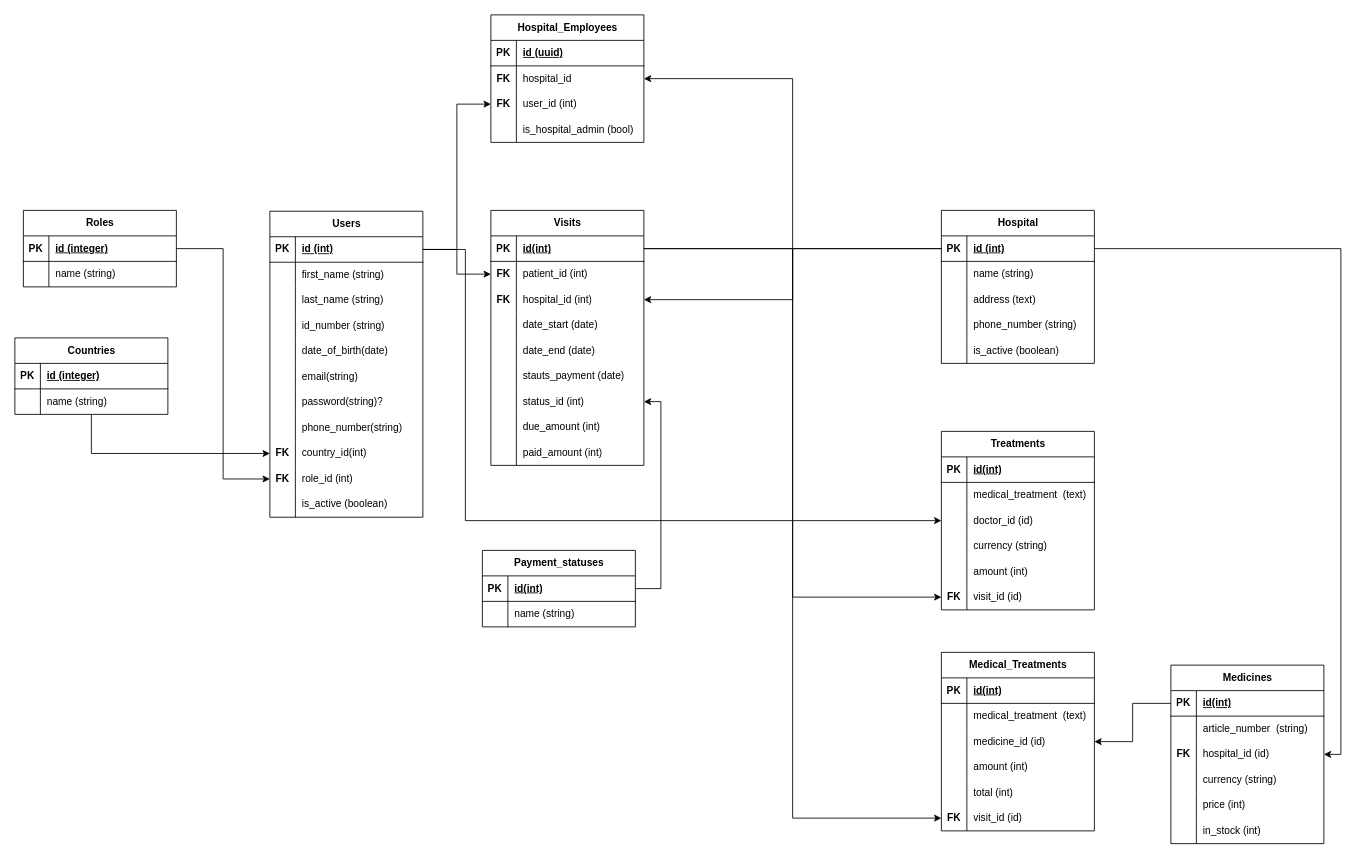
This is Untitled Diagram.drawio from fao30/hospital-management-be, a draw.io file, before an edit. Source tidied: cells renumbered, new cells numbered last; positions are measured from the earlier drawing's top-left corner, leaving out a move shared by most shapes. Both pictures are drawn from the tidied source at 85%, with x=0, y=0 at pixel (14, 14).
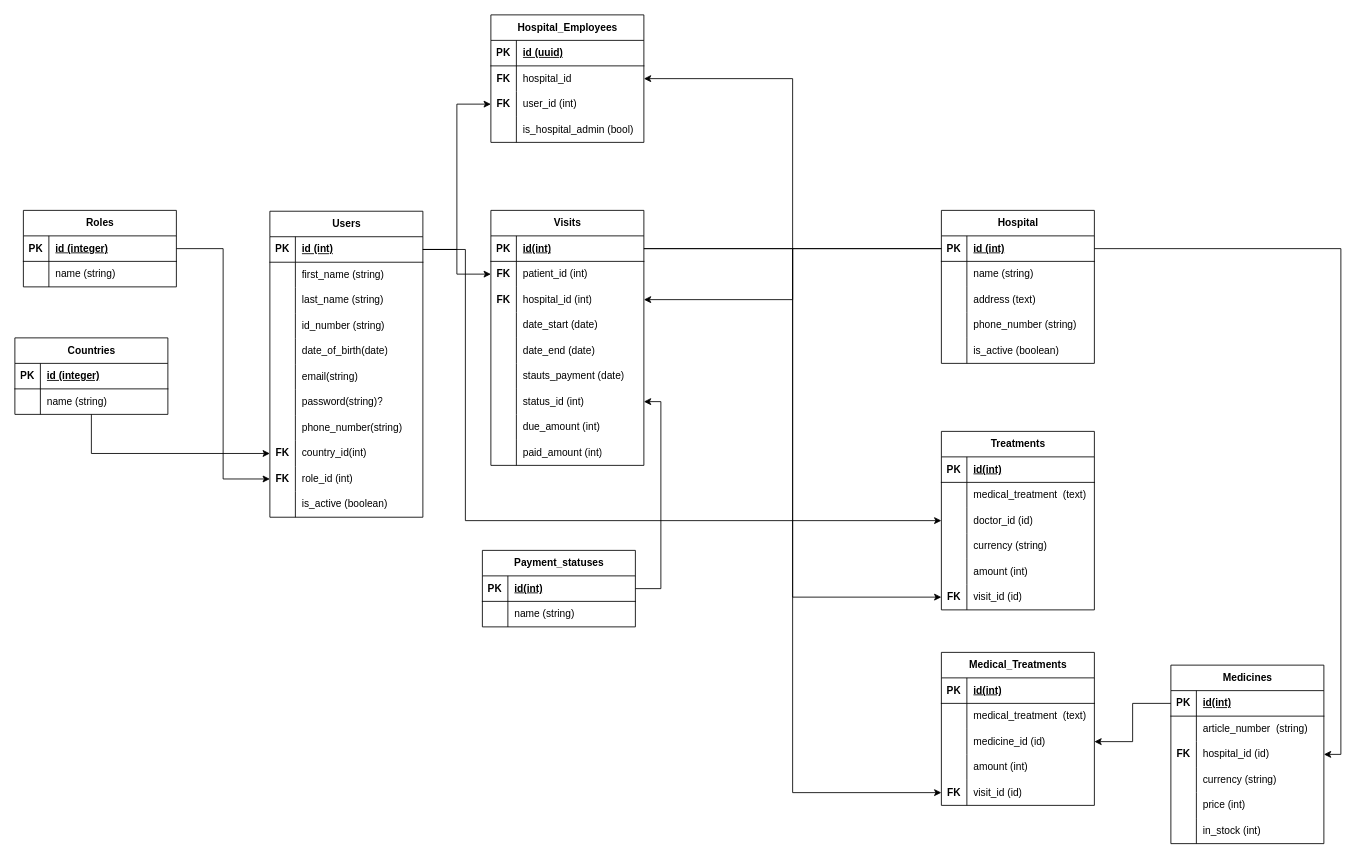
The same diagram, later.

The edit, as a diff of the source:
```diff
@@
     <mxCell id="162" value="Medical_Treatments" style="shape=table;startSize=30;childLayout=tableLayout;rowLines=0;fontStyle=1;align=center;html=1;" parent="1" vertex="1">
-      <mxGeometry x="1090" y="750" width="180" height="210" as="geometry" />
+      <mxGeometry x="1090" y="750" width="180" height="180" as="geometry" />
     </mxCell>
@@
-    <mxCell id="175" style="shape=tableRow;horizontal=0;startSize=0;swimlaneHead=0;swimlaneBody=0;fillColor=none;top=0;left=0;right=0;bottom=0;" parent="162" vertex="1">
-      <mxGeometry y="150" width="180" height="30" as="geometry" />
-    </mxCell>
-    <mxCell id="176" style="shape=partialRectangle;fillColor=none;top=0;left=0;bottom=0;right=0;overflow=hidden;whiteSpace=wrap;html=1;" parent="175" vertex="1">
-      <mxGeometry width="30" height="30" as="geometry" />
-    </mxCell>
-    <mxCell id="177" value="total (int)" style="shape=partialRectangle;fillColor=none;top=0;left=0;bottom=0;right=0;align=left;spacingLeft=6;overflow=hidden;whiteSpace=wrap;html=1;" parent="175" vertex="1">
-      <mxGeometry x="30" width="150" height="30" as="geometry" />
-    </mxCell>
     <mxCell id="178" style="shape=tableRow;horizontal=0;startSize=0;swimlaneHead=0;swimlaneBody=0;fillColor=none;points=[[0,0.5],[1,0.5]];portConstraint=eastwest;top=0;left=0;right=0;bottom=0;" parent="162" vertex="1">
-      <mxGeometry y="180" width="180" height="30" as="geometry" />
+      <mxGeometry y="150" width="180" height="30" as="geometry" />
     </mxCell>
```
